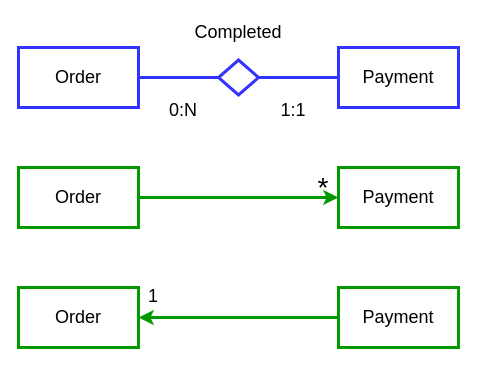
Above: page "Order - Payment" (10 of 12) of Diagrams/relationships.drawio in matteovisotto/DB2-SirianiVisotto (draw.io), before the change. Source tidied: cells renumbered, new cells numbered last; positions are measured from the earlier drawing's top-left corner, leaving out a move shared by most shapes. Both pictures are drawn from the tidied source at 100%, with x=0, y=0 at pixel (18, 17).
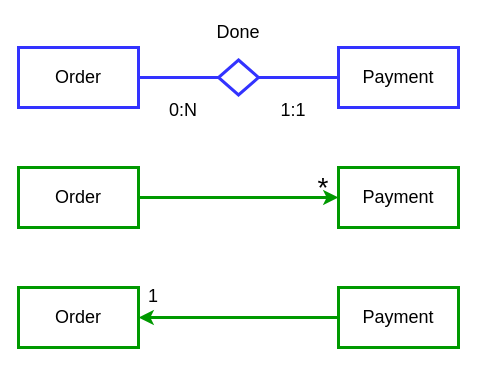
The same page after the edit.

The edit, as a diff of the source:
```diff
@@
 <mxGraphModel>
   <root>
     <mxCell id="0" />
     <mxCell id="1" parent="0" />
     <mxCell id="2" style="edgeStyle=orthogonalEdgeStyle;rounded=0;jettySize=auto;html=1;entryX=0;entryY=0.5;entryDx=0;entryDy=0;endArrow=none;endFill=0;strokeColor=#3333FF;strokeWidth=3;" parent="1" edge="1" source="3" target="5">
       <mxGeometry relative="1" as="geometry" />
     </mxCell>
     <mxCell id="3" value="Order" style="rounded=0;whiteSpace=wrap;html=1;strokeColor=#3333FF;strokeWidth=3;fontSize=18;" parent="1" vertex="1">
       <mxGeometry y="30" width="120" height="60" as="geometry" />
     </mxCell>
     <mxCell id="4" style="edgeStyle=orthogonalEdgeStyle;rounded=0;jettySize=auto;html=1;endArrow=none;endFill=0;strokeColor=#3333FF;strokeWidth=3;" parent="1" edge="1" source="5" target="6">
       <mxGeometry relative="1" as="geometry" />
     </mxCell>
     <mxCell id="5" style="rhombus;whiteSpace=wrap;html=1;strokeColor=#3333FF;strokeWidth=3;" parent="1" vertex="1">
       <mxGeometry x="200" y="42.5" width="40" height="35" as="geometry" />
     </mxCell>
     <mxCell id="6" value="Payment" style="rounded=0;whiteSpace=wrap;html=1;strokeColor=#3333FF;strokeWidth=3;fontSize=18;" parent="1" vertex="1">
       <mxGeometry x="320" y="30" width="120" height="60" as="geometry" />
     </mxCell>
     <mxCell id="7" style="edgeStyle=orthogonalEdgeStyle;rounded=0;jettySize=auto;html=1;endArrow=classic;endFill=1;strokeColor=#009900;strokeWidth=3;" parent="1" edge="1" source="8" target="9">
       <mxGeometry relative="1" as="geometry" />
     </mxCell>
     <mxCell id="8" value="Order" style="rounded=0;whiteSpace=wrap;html=1;strokeColor=#009900;strokeWidth=3;fontSize=18;" parent="1" vertex="1">
       <mxGeometry y="150" width="120" height="60" as="geometry" />
     </mxCell>
     <mxCell id="9" value="Payment" style="rounded=0;whiteSpace=wrap;html=1;strokeColor=#009900;strokeWidth=3;fontSize=18;" parent="1" vertex="1">
       <mxGeometry x="320" y="150" width="120" height="60" as="geometry" />
     </mxCell>
     <mxCell id="10" value="Order" style="rounded=0;whiteSpace=wrap;html=1;strokeColor=#009900;strokeWidth=3;fontSize=18;" parent="1" vertex="1">
       <mxGeometry y="270" width="120" height="60" as="geometry" />
     </mxCell>
     <mxCell id="11" style="edgeStyle=orthogonalEdgeStyle;rounded=0;jettySize=auto;html=1;endArrow=classic;endFill=1;strokeColor=#009900;strokeWidth=3;" parent="1" edge="1" source="12" target="10">
       <mxGeometry relative="1" as="geometry" />
     </mxCell>
     <mxCell id="12" value="Payment" style="rounded=0;whiteSpace=wrap;html=1;strokeColor=#009900;strokeWidth=3;fontSize=18;" parent="1" vertex="1">
       <mxGeometry x="320" y="270" width="120" height="60" as="geometry" />
     </mxCell>
-    <mxCell id="13" value="&lt;font style=&quot;font-size: 18px&quot;&gt;Completed&lt;/font&gt;" style="text;html=1;strokeColor=none;fillColor=none;align=center;verticalAlign=middle;whiteSpace=wrap;rounded=0;" parent="1" vertex="1">
+    <mxCell id="13" value="&lt;font style=&quot;font-size: 18px&quot;&gt;Done&lt;/font&gt;" style="text;html=1;strokeColor=none;fillColor=none;align=center;verticalAlign=middle;whiteSpace=wrap;rounded=0;" parent="1" vertex="1">
       <mxGeometry x="190" width="60" height="30" as="geometry" />
     </mxCell>
     <mxCell id="14" value="&lt;font style=&quot;font-size: 18px&quot;&gt;0:N&lt;/font&gt;" style="text;html=1;strokeColor=none;fillColor=none;align=center;verticalAlign=middle;whiteSpace=wrap;rounded=0;" parent="1" vertex="1">
       <mxGeometry x="140" y="77.5" width="50" height="30" as="geometry" />
     </mxCell>
     <mxCell id="15" value="&lt;font style=&quot;font-size: 18px&quot;&gt;1:1&lt;/font&gt;" style="text;html=1;strokeColor=none;fillColor=none;align=center;verticalAlign=middle;whiteSpace=wrap;rounded=0;" parent="1" vertex="1">
       <mxGeometry x="250" y="77.5" width="50" height="30" as="geometry" />
     </mxCell>
     <mxCell id="16" value="&lt;font style=&quot;font-size: 28px&quot;&gt;*&lt;/font&gt;" style="text;html=1;strokeColor=none;fillColor=none;align=center;verticalAlign=middle;whiteSpace=wrap;rounded=0;fontSize=18;" parent="1" vertex="1">
       <mxGeometry x="280" y="160" width="50" height="20" as="geometry" />
     </mxCell>
     <mxCell id="17" value="&lt;font style=&quot;font-size: 18px&quot;&gt;1&lt;/font&gt;" style="text;html=1;strokeColor=none;fillColor=none;align=center;verticalAlign=middle;whiteSpace=wrap;rounded=0;fontSize=28;" parent="1" vertex="1">
       <mxGeometry x="120" y="260" width="30" height="30" as="geometry" />
     </mxCell>
   </root>
 </mxGraphModel>
```
